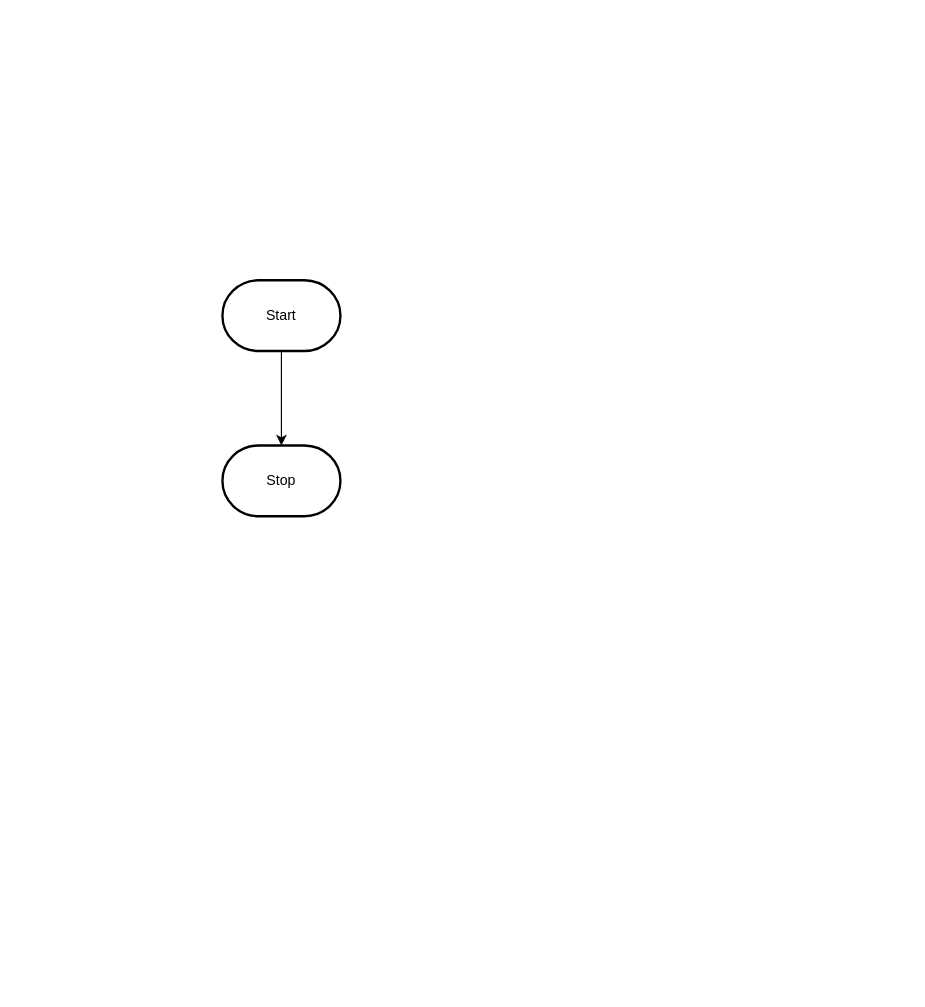
The draw.io diagram design/flowchart.drawio in MTHS-ICS2O-2-2022/ICS2O-Assignment-05-Fares-Abdelkader, before the edit. Source tidied: cells renumbered, new cells numbered last; positions are measured from the earlier drawing's top-left corner, leaving out a move shared by most shapes. Both pictures are drawn from the tidied source at 118%, with x=0, y=0 at pixel (222, 280).
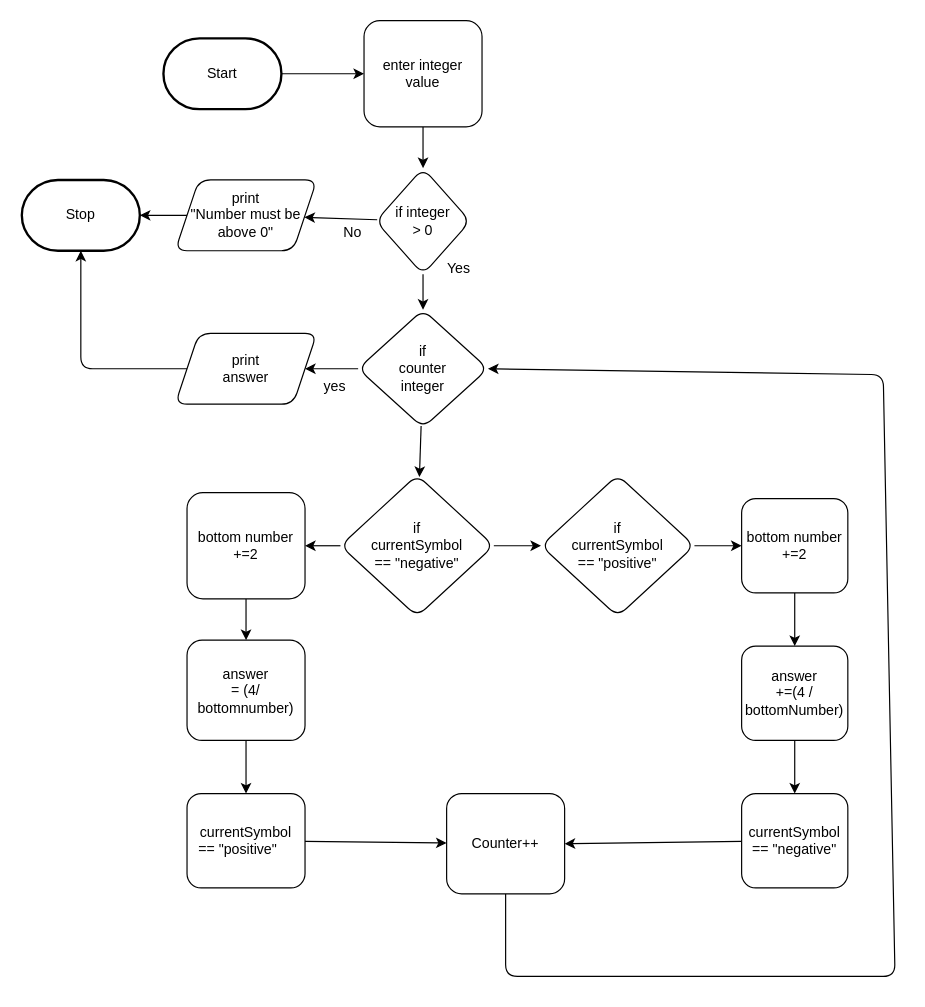
The same page after the edit.

Change to the diagram source:
```diff
@@
-    <mxCell id="2" style="edgeStyle=orthogonalEdgeStyle;html=1;rounded=0;" parent="1" edge="1" source="3" target="4">
-      <mxGeometry relative="1" as="geometry" />
-    </mxCell>
+    <mxCell id="5" style="edgeStyle=none;html=1;" parent="1" edge="1" source="3" target="7">
+      <mxGeometry relative="1" as="geometry" />
+    </mxCell>
     <mxCell id="3" value="Start" style="strokeWidth=2;html=1;shape=mxgraph.flowchart.terminator;whiteSpace=wrap;" parent="1" vertex="1">
-      <mxGeometry width="100" height="60" as="geometry" />
+      <mxGeometry x="-50" y="-205" width="100" height="60" as="geometry" />
     </mxCell>
     <mxCell id="4" value="Stop" style="strokeWidth=2;html=1;shape=mxgraph.flowchart.terminator;whiteSpace=wrap;" parent="1" vertex="1">
-      <mxGeometry y="140" width="100" height="60" as="geometry" />
+      <mxGeometry x="-170" y="-85" width="100" height="60" as="geometry" />
     </mxCell>
+    <mxCell id="6" style="edgeStyle=none;html=1;" parent="1" edge="1" source="7" target="10">
+      <mxGeometry relative="1" as="geometry" />
+    </mxCell>
+    <mxCell id="7" value="enter integer&lt;br&gt;value" style="rounded=1;whiteSpace=wrap;html=1;" parent="1" vertex="1">
+      <mxGeometry x="120" y="-220" width="100" height="90" as="geometry" />
+    </mxCell>
+    <mxCell id="8" style="edgeStyle=none;html=1;" parent="1" edge="1" source="10" target="12">
+      <mxGeometry relative="1" as="geometry" />
+    </mxCell>
+    <mxCell id="9" style="edgeStyle=none;html=1;" parent="1" edge="1" source="10" target="16">
+      <mxGeometry relative="1" as="geometry" />
+    </mxCell>
+    <mxCell id="10" value="if integer&lt;br&gt;&amp;gt; 0" style="rhombus;whiteSpace=wrap;html=1;rounded=1;" parent="1" vertex="1">
+      <mxGeometry x="130" y="-95" width="80" height="90" as="geometry" />
+    </mxCell>
+    <mxCell id="11" style="edgeStyle=none;html=1;entryX=1;entryY=0.5;entryDx=0;entryDy=0;entryPerimeter=0;" parent="1" edge="1" source="12" target="4">
+      <mxGeometry relative="1" as="geometry" />
+    </mxCell>
+    <mxCell id="12" value="print&lt;br&gt;&quot;Number must be&lt;br&gt;above 0&quot;" style="shape=parallelogram;perimeter=parallelogramPerimeter;whiteSpace=wrap;html=1;fixedSize=1;rounded=1;" parent="1" vertex="1">
+      <mxGeometry x="-40" y="-85" width="120" height="60" as="geometry" />
+    </mxCell>
+    <mxCell id="13" value="No" style="text;html=1;align=center;verticalAlign=middle;strokeColor=none;fillColor=none;" parent="1" vertex="1">
+      <mxGeometry x="90" y="-55" width="40" height="30" as="geometry" />
+    </mxCell>
+    <mxCell id="14" style="edgeStyle=none;html=1;" parent="1" edge="1" source="16" target="18">
+      <mxGeometry relative="1" as="geometry" />
+    </mxCell>
+    <mxCell id="15" style="edgeStyle=none;html=1;" parent="1" edge="1" source="16" target="22">
+      <mxGeometry relative="1" as="geometry" />
+    </mxCell>
+    <mxCell id="16" value="if&lt;br&gt;counter&lt;br&gt;integer" style="rhombus;whiteSpace=wrap;html=1;rounded=1;" parent="1" vertex="1">
+      <mxGeometry x="115" y="25" width="110" height="100" as="geometry" />
+    </mxCell>
+    <mxCell id="17" style="edgeStyle=none;html=1;entryX=0.5;entryY=1;entryDx=0;entryDy=0;entryPerimeter=0;" parent="1" edge="1" source="18" target="4">
+      <mxGeometry relative="1" as="geometry">
+        <Array as="points">
+          <mxPoint x="-120" y="75" />
+        </Array>
+      </mxGeometry>
+    </mxCell>
+    <mxCell id="18" value="print&lt;br&gt;answer" style="shape=parallelogram;perimeter=parallelogramPerimeter;whiteSpace=wrap;html=1;fixedSize=1;rounded=1;" parent="1" vertex="1">
+      <mxGeometry x="-40" y="45" width="120" height="60" as="geometry" />
+    </mxCell>
+    <mxCell id="19" value="yes" style="text;html=1;align=center;verticalAlign=middle;strokeColor=none;fillColor=none;" parent="1" vertex="1">
+      <mxGeometry x="75" y="75" width="40" height="30" as="geometry" />
+    </mxCell>
+    <mxCell id="20" style="edgeStyle=none;html=1;entryX=1;entryY=0.5;entryDx=0;entryDy=0;" parent="1" edge="1" source="22" target="24">
+      <mxGeometry relative="1" as="geometry" />
+    </mxCell>
+    <mxCell id="21" style="edgeStyle=none;html=1;" parent="1" edge="1" source="22" target="32">
+      <mxGeometry relative="1" as="geometry" />
+    </mxCell>
+    <mxCell id="22" value="if&lt;br&gt;currentSymbol&lt;br&gt;== &quot;negative&quot;" style="rhombus;whiteSpace=wrap;html=1;rounded=1;" parent="1" vertex="1">
+      <mxGeometry x="100" y="165" width="130" height="120" as="geometry" />
+    </mxCell>
+    <mxCell id="23" style="edgeStyle=none;html=1;" parent="1" edge="1" source="24" target="26">
+      <mxGeometry relative="1" as="geometry" />
+    </mxCell>
+    <mxCell id="24" value="bottom number&lt;br&gt;+=2" style="rounded=1;whiteSpace=wrap;html=1;" parent="1" vertex="1">
+      <mxGeometry x="-30" y="180" width="100" height="90" as="geometry" />
+    </mxCell>
+    <mxCell id="25" style="edgeStyle=none;html=1;" parent="1" edge="1" source="26" target="28">
+      <mxGeometry relative="1" as="geometry" />
+    </mxCell>
+    <mxCell id="26" value="answer&lt;br&gt;= (4/&lt;br&gt;bottomnumber)" style="whiteSpace=wrap;html=1;rounded=1;" parent="1" vertex="1">
+      <mxGeometry x="-30" y="305" width="100" height="85" as="geometry" />
+    </mxCell>
+    <mxCell id="27" style="edgeStyle=none;html=1;" parent="1" edge="1" source="28" target="30">
+      <mxGeometry relative="1" as="geometry" />
+    </mxCell>
+    <mxCell id="28" value="currentSymbol&lt;br&gt;== &quot;positive&quot;&lt;span style=&quot;white-space: pre;&quot;&gt;&#9;&lt;/span&gt;" style="whiteSpace=wrap;html=1;rounded=1;" parent="1" vertex="1">
+      <mxGeometry x="-30" y="435" width="100" height="80" as="geometry" />
+    </mxCell>
+    <mxCell id="29" style="edgeStyle=none;html=1;entryX=1;entryY=0.5;entryDx=0;entryDy=0;" parent="1" edge="1" source="30" target="16">
+      <mxGeometry relative="1" as="geometry">
+        <Array as="points">
+          <mxPoint x="240" y="590" />
+          <mxPoint x="570" y="590" />
+          <mxPoint x="560" y="80" />
+        </Array>
+      </mxGeometry>
+    </mxCell>
+    <mxCell id="30" value="Counter++" style="whiteSpace=wrap;html=1;rounded=1;" parent="1" vertex="1">
+      <mxGeometry x="190" y="435" width="100" height="85" as="geometry" />
+    </mxCell>
+    <mxCell id="31" style="edgeStyle=none;html=1;" parent="1" edge="1" source="32" target="34">
+      <mxGeometry relative="1" as="geometry" />
+    </mxCell>
+    <mxCell id="32" value="if&lt;br&gt;currentSymbol&lt;br&gt;== &quot;positive&quot;" style="rhombus;whiteSpace=wrap;html=1;rounded=1;" parent="1" vertex="1">
+      <mxGeometry x="270" y="165" width="130" height="120" as="geometry" />
+    </mxCell>
+    <mxCell id="33" style="edgeStyle=none;html=1;" parent="1" edge="1" source="34" target="36">
+      <mxGeometry relative="1" as="geometry" />
+    </mxCell>
+    <mxCell id="34" value="bottom number&lt;br&gt;+=2" style="rounded=1;whiteSpace=wrap;html=1;" parent="1" vertex="1">
+      <mxGeometry x="440" y="185" width="90" height="80" as="geometry" />
+    </mxCell>
+    <mxCell id="35" style="edgeStyle=none;html=1;" parent="1" edge="1" source="36" target="38">
+      <mxGeometry relative="1" as="geometry" />
+    </mxCell>
+    <mxCell id="36" value="answer&lt;br&gt;+=(4 /&lt;br&gt;bottomNumber)" style="rounded=1;whiteSpace=wrap;html=1;" parent="1" vertex="1">
+      <mxGeometry x="440" y="310" width="90" height="80" as="geometry" />
+    </mxCell>
+    <mxCell id="37" style="edgeStyle=none;html=1;entryX=1;entryY=0.5;entryDx=0;entryDy=0;" parent="1" edge="1" source="38" target="30">
+      <mxGeometry relative="1" as="geometry" />
+    </mxCell>
+    <mxCell id="38" value="currentSymbol&lt;br&gt;== &quot;negative&quot;" style="rounded=1;whiteSpace=wrap;html=1;" parent="1" vertex="1">
+      <mxGeometry x="440" y="435" width="90" height="80" as="geometry" />
+    </mxCell>
+    <mxCell id="39" value="Yes&lt;br&gt;" style="text;html=1;align=center;verticalAlign=middle;strokeColor=none;fillColor=none;" parent="1" vertex="1">
+      <mxGeometry x="180" y="-25" width="40" height="30" as="geometry" />
+    </mxCell>
```
